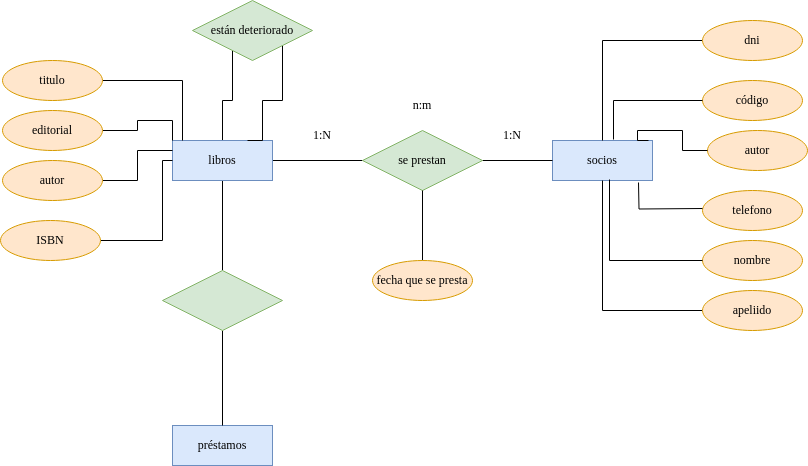
mdiogc/base-datos keeps this draw.io diagram as Unidad-1/Tareas./Tarea-6/gestión biblioteca.drawio.png. Above is the earlier version. Source tidied: cells renumbered, new cells last; positions are measured from the earlier drawing's top-left corner, leaving out a move shared by most shapes.
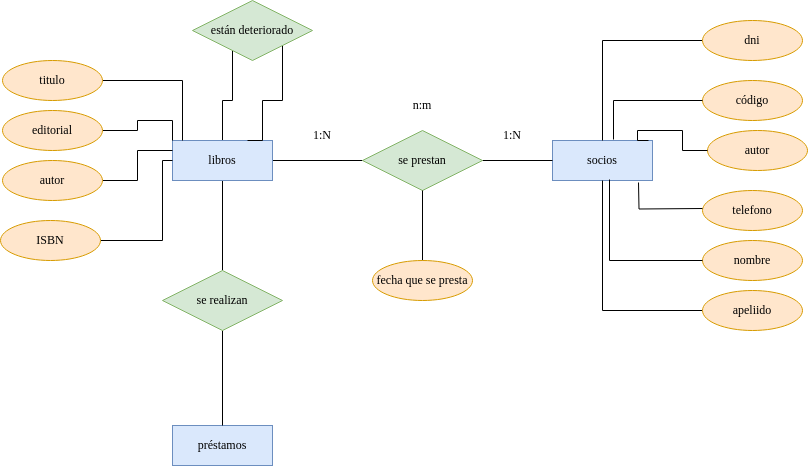
The same file after the commit.

Diff of the diagram source:
```diff
@@ -130,7 +130,7 @@
     <mxCell id="35" style="edgeStyle=orthogonalEdgeStyle;rounded=0;jettySize=auto;html=1;exitX=0.5;exitY=1;exitDx=0;exitDy=0;entryX=0.5;entryY=0;entryDx=0;entryDy=0;endArrow=none;endFill=0;" parent="1" edge="1" source="36" target="34">
       <mxGeometry relative="1" as="geometry" />
     </mxCell>
-    <mxCell id="36" style="shape=rhombus;perimeter=rhombusPerimeter;whiteSpace=wrap;html=1;align=center;fillColor=#d5e8d4;strokeColor=#82b366;" parent="1" vertex="1">
+    <mxCell id="36" value="&lt;font face=&quot;Times New Roman&quot;&gt;se realizan&lt;/font&gt;" style="shape=rhombus;perimeter=rhombusPerimeter;whiteSpace=wrap;html=1;align=center;fillColor=#d5e8d4;strokeColor=#82b366;" parent="1" vertex="1">
       <mxGeometry x="162" y="270" width="120" height="60" as="geometry" />
     </mxCell>
     <mxCell id="37" style="edgeStyle=orthogonalEdgeStyle;rounded=0;jettySize=auto;html=1;exitX=1;exitY=1;exitDx=0;exitDy=0;entryX=0.75;entryY=0;entryDx=0;entryDy=0;endArrow=none;endFill=0;" parent="1" edge="1" source="38" target="5">
```
